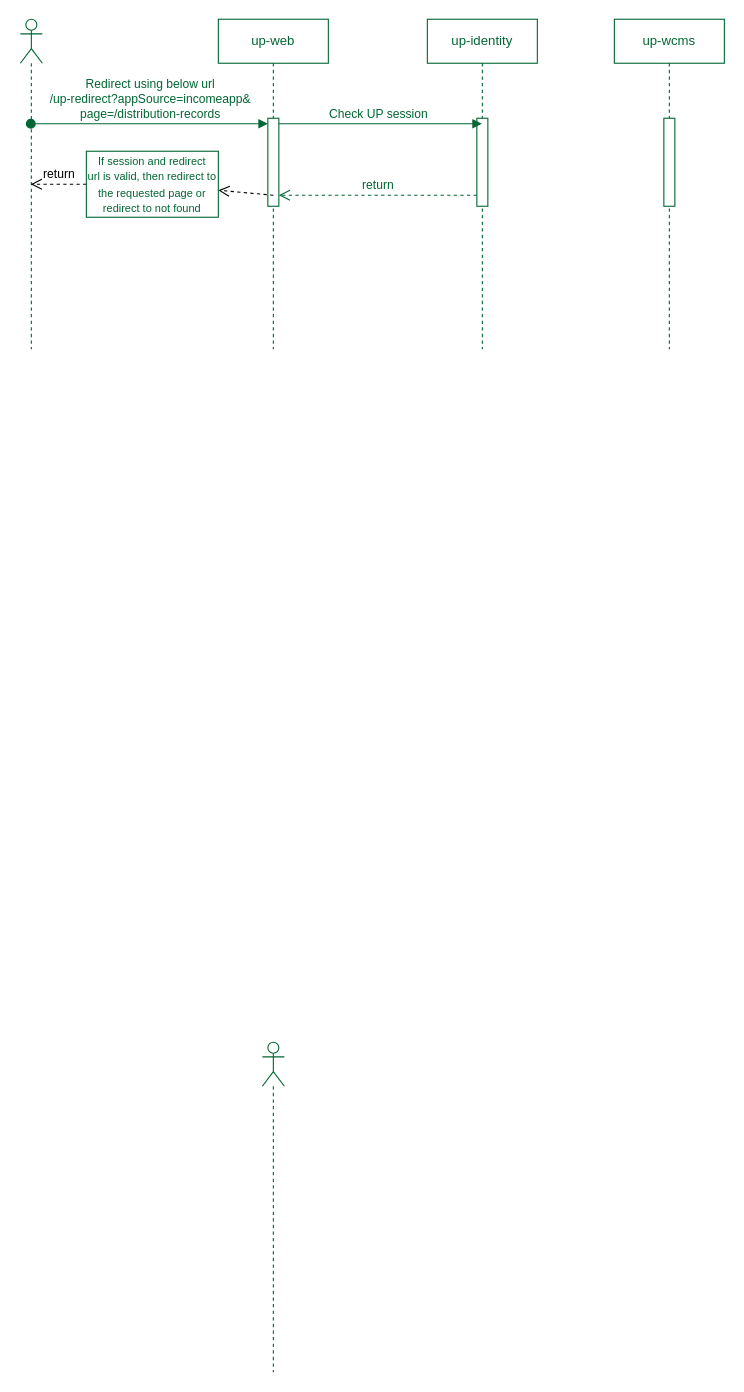
ajeeshraj56/drawio keeps this draw.io diagram as Webview integration.drawio. Above is the earlier version. Source tidied: cells renumbered, new cells numbered last; positions are measured from the earlier drawing's top-left corner, leaving out a move shared by most shapes. Both pictures are drawn from the tidied source at 110%, with x=0, y=0 at pixel (20, 19).
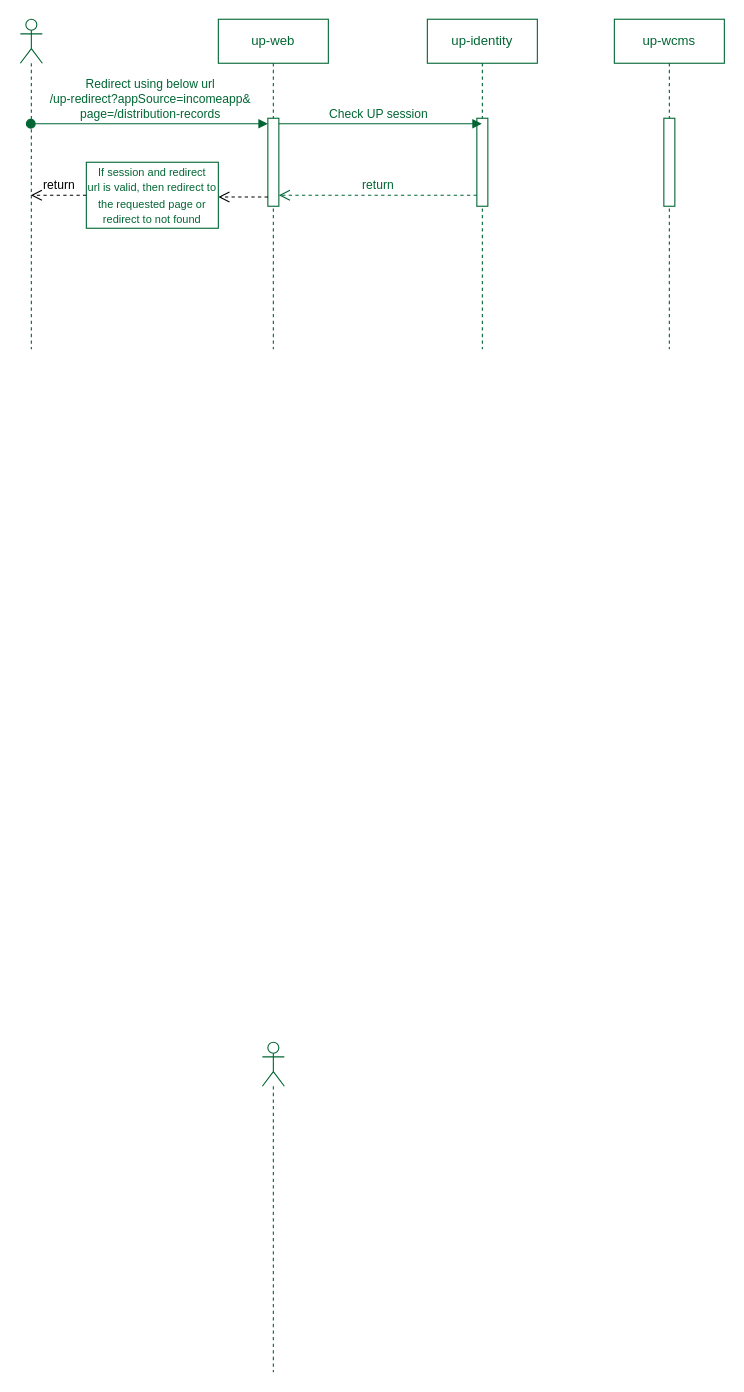
After the change.

Change to the diagram source:
```diff
@@
 <mxGraphModel>
   <root>
     <mxCell id="0" />
     <mxCell id="1" parent="0" />
     <mxCell id="2" style="shape=umlLifeline;perimeter=lifelinePerimeter;whiteSpace=wrap;html=1;newEdgeStyle={&quot;curved&quot;:0,&quot;rounded&quot;:0};participant=umlActor;strokeColor=#006633;fontColor=#006633;" parent="1" vertex="1">
       <mxGeometry x="220" y="930" width="20" height="300" as="geometry" />
     </mxCell>
     <mxCell id="3" style="shape=umlLifeline;perimeter=lifelinePerimeter;whiteSpace=wrap;html=1;outlineConnect=0;portConstraint=eastwest;newEdgeStyle={&quot;curved&quot;:0,&quot;rounded&quot;:0};participant=umlActor;strokeColor=#006633;fontColor=#006633;" parent="1" vertex="1">
       <mxGeometry width="20" height="300" as="geometry" />
     </mxCell>
     <mxCell id="4" value="up-web" style="shape=umlLifeline;perimeter=lifelinePerimeter;whiteSpace=wrap;html=1;newEdgeStyle={&quot;curved&quot;:0,&quot;rounded&quot;:0};strokeColor=#006633;fontColor=#006633;" parent="1" vertex="1">
       <mxGeometry x="180" width="100" height="300" as="geometry" />
     </mxCell>
     <mxCell id="5" style="html=1;points=[[0,0,0,0,5],[0,1,0,0,-5],[1,0,0,0,5],[1,1,0,0,-5]];perimeter=orthogonalPerimeter;outlineConnect=0;targetShapes=umlLifeline;portConstraint=eastwest;newEdgeStyle={&quot;curved&quot;:0,&quot;rounded&quot;:0};strokeColor=#006633;fontColor=#006633;" parent="4" vertex="1">
       <mxGeometry x="45" y="90" width="10" height="80" as="geometry" />
     </mxCell>
     <mxCell id="6" value="up-identity" style="shape=umlLifeline;perimeter=lifelinePerimeter;whiteSpace=wrap;html=1;outlineConnect=0;portConstraint=eastwest;newEdgeStyle={&quot;curved&quot;:0,&quot;rounded&quot;:0};strokeColor=#006633;fontColor=#006633;" parent="1" vertex="1">
       <mxGeometry x="370" width="100" height="300" as="geometry" />
     </mxCell>
     <mxCell id="7" style="html=1;points=[[0,0,0,0,5],[0,1,0,0,-5],[1,0,0,0,5],[1,1,0,0,-5]];perimeter=orthogonalPerimeter;outlineConnect=0;targetShapes=umlLifeline;portConstraint=eastwest;newEdgeStyle={&quot;curved&quot;:0,&quot;rounded&quot;:0};strokeColor=#006633;fontColor=#006633;" parent="6" vertex="1">
       <mxGeometry x="45" y="90" width="10" height="80" as="geometry" />
     </mxCell>
     <mxCell id="8" value="up-wcms" style="shape=umlLifeline;perimeter=lifelinePerimeter;whiteSpace=wrap;html=1;newEdgeStyle={&quot;curved&quot;:0,&quot;rounded&quot;:0};strokeColor=#006633;fontColor=#006633;" parent="1" vertex="1">
       <mxGeometry x="540" width="100" height="300" as="geometry" />
     </mxCell>
     <mxCell id="9" style="html=1;perimeter=orthogonalPerimeter;targetShapes=umlLifeline;newEdgeStyle={&quot;curved&quot;:0,&quot;rounded&quot;:0};strokeColor=#006633;fontColor=#006633;" parent="8" vertex="1">
       <mxGeometry x="45" y="90" width="10" height="80" as="geometry" />
     </mxCell>
     <mxCell id="10" value="Redirect using below url&lt;br&gt;/up-redirect?appSource=incomeapp&amp;amp;&lt;br&gt;page=/distribution-records" style="html=1;verticalAlign=bottom;startArrow=oval;endArrow=block;startSize=8;curved=0;rounded=0;entryX=0;entryY=0;entryDx=0;entryDy=5;strokeColor=#006633;fontColor=#006633;" parent="1" edge="1" source="3" target="5">
       <mxGeometry relative="1" as="geometry" />
     </mxCell>
     <mxCell id="11" value="Check UP session&amp;nbsp;" style="html=1;verticalAlign=bottom;endArrow=block;curved=0;rounded=0;exitX=1;exitY=0;exitDx=0;exitDy=5;exitPerimeter=0;fontColor=#006633;strokeColor=#006633;" parent="1" edge="1" source="5" target="6">
       <mxGeometry relative="1" as="geometry" />
     </mxCell>
     <mxCell id="12" value="return" style="html=1;verticalAlign=bottom;endArrow=open;dashed=1;endSize=8;curved=0;rounded=0;fontColor=#006633;strokeColor=#006633;" parent="1" edge="1" source="7">
       <mxGeometry relative="1" as="geometry">
         <mxPoint x="235" y="160" as="targetPoint" />
       </mxGeometry>
     </mxCell>
     <mxCell id="13" value="return" style="html=1;verticalAlign=bottom;endArrow=open;dashed=1;endSize=8;curved=0;rounded=0;" parent="1" edge="1" source="15" target="3">
       <mxGeometry relative="1" as="geometry" />
     </mxCell>
-    <mxCell id="14" style="html=1;verticalAlign=bottom;endArrow=open;dashed=1;endSize=8;curved=0;rounded=0;" parent="1" edge="1" target="15">
+    <mxCell id="14" style="html=1;verticalAlign=bottom;endArrow=open;dashed=1;endSize=8;curved=0;rounded=0;" parent="1" edge="1">
       <mxGeometry relative="1" as="geometry">
-        <mxPoint x="230" y="160" as="sourcePoint" />
+        <mxPoint x="225" y="161.6" as="sourcePoint" />
+        <mxPoint x="180" y="161.6" as="targetPoint" />
       </mxGeometry>
     </mxCell>
     <mxCell id="15" value="&lt;font style=&quot;font-size: 10px;&quot;&gt;If session and redirect&lt;br&gt;url is valid, then redirect to the requested page or redirect to not found&lt;/font&gt;" style="rounded=0;whiteSpace=wrap;html=1;fontColor=#006633;strokeColor=#006633;" parent="1" vertex="1">
-      <mxGeometry x="60" y="120" width="120" height="60" as="geometry" />
+      <mxGeometry x="60" y="130" width="120" height="60" as="geometry" />
     </mxCell>
   </root>
 </mxGraphModel>
```
